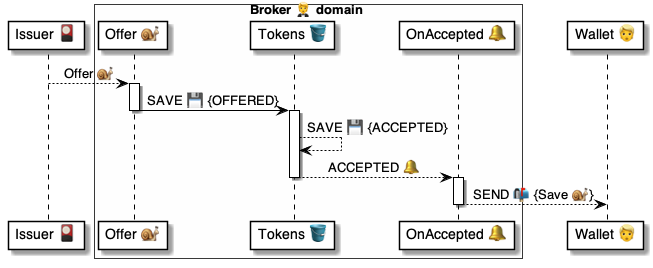
Before: 4 ⚙️ Solution/20 🧑‍🦰 UI/Brokers 🤵/🤵🪣 Broker tables/Tokens 🎫 table/🪣🔔 4 Accepted/🤵 OnTokenAccepted ⚙️ uml.png, a diagram exported from PlantUML (pollyweb-org/pollyweb-docs). Its source is kept beside it as 4 ⚙️ Solution/20 🧑‍🦰 UI/Brokers 🤵/🤵🪣 Broker tables/Tokens 🎫 table/🪣🔔 4 Accepted/🤵 OnTokenAccepted ⚙️ uml.puml.
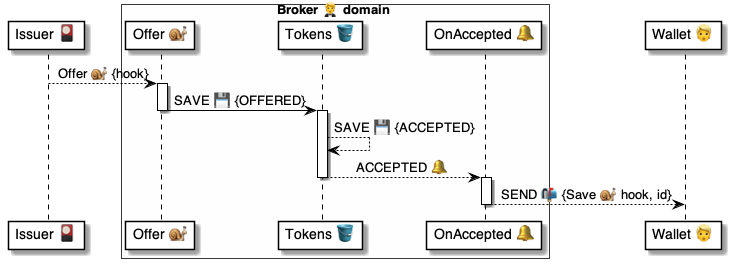
The same file after the commit.

What changed in the source:
```diff
@@ -9,7 +9,7 @@
 participant "Wallet 👱" as wallet
 
 
-issuer --> script: Offer 🐌
+issuer --> script: Offer 🐌 {hook}
 
 activate script
     script -> tokens: SAVE 💾 {OFFERED}
@@ -21,7 +21,7 @@
 deactivate tokens
 
 activate change
-    change --> wallet: SEND 📬 {Save 🐌}
+    change --> wallet: SEND 📬 {Save 🐌 hook, id}
 deactivate change
 
 @enduml
```
